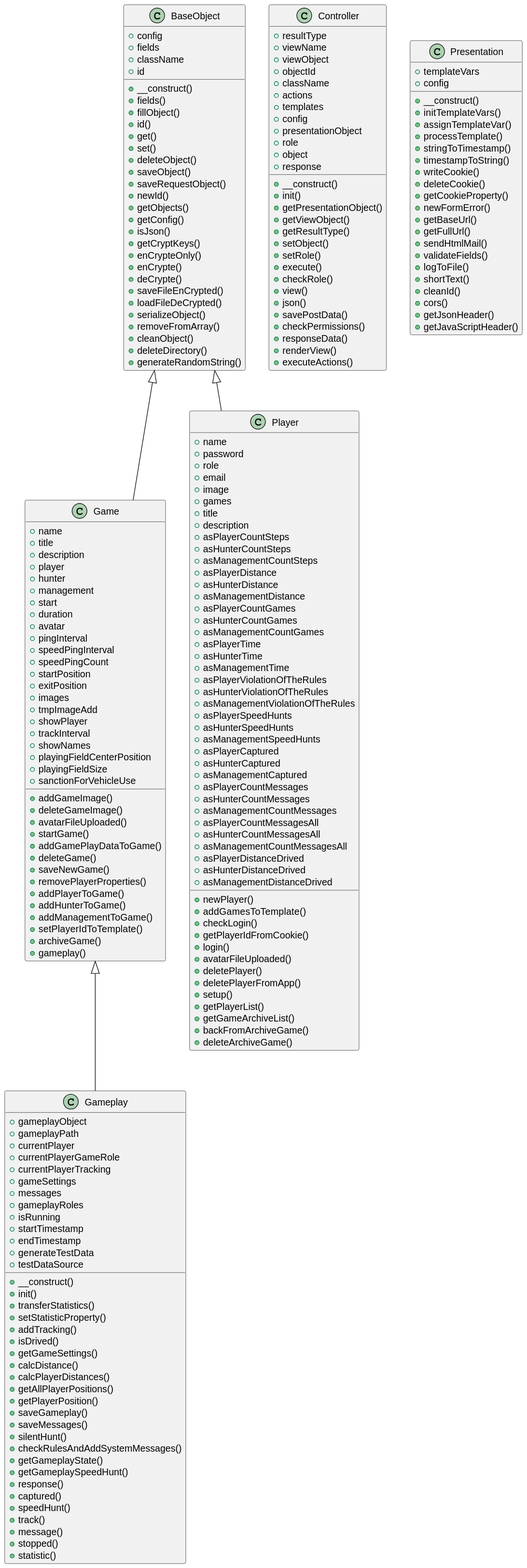
septem-sensu/friendshunt keeps this PlantUML diagram as includes/docs/php/graphs/classes.svg. Above is the earlier version.
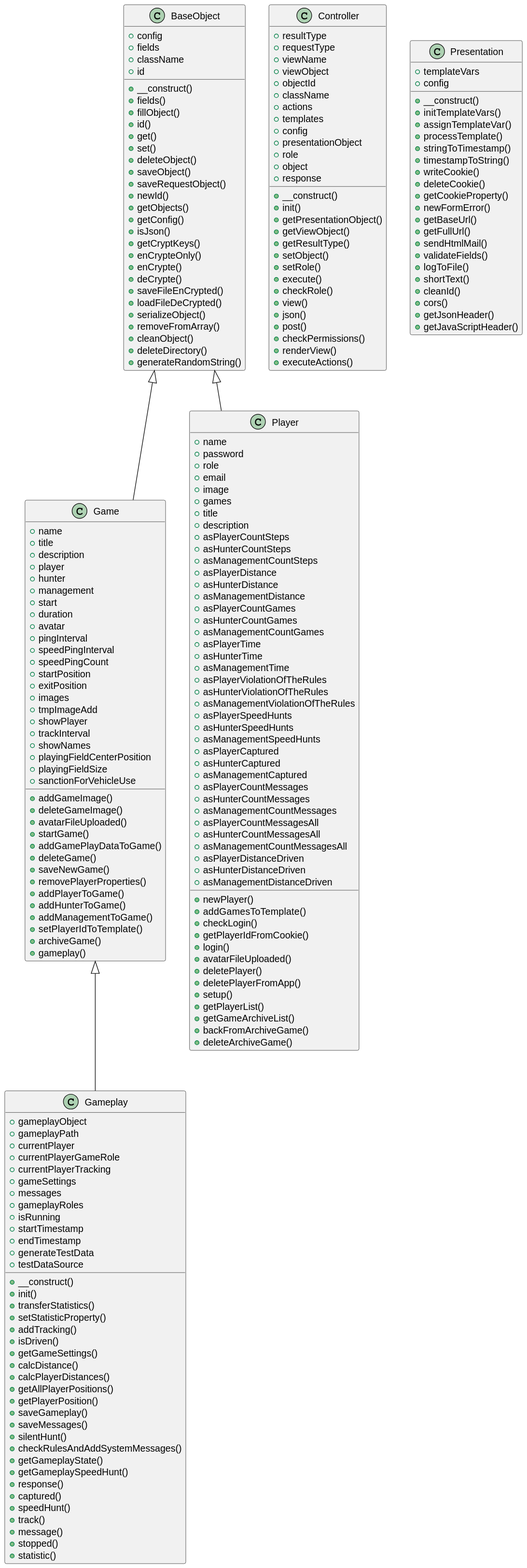
Later version of the same file.

The edit, as a diff of the source:
```diff
@@ -32,6 +32,7 @@
 
 class Controller {
   +resultType
+  +requestType
   +viewName
   +viewObject
   +objectId
@@ -54,9 +55,8 @@
   +checkRole()
   +view()
   +json()
-  +savePostData()
+  +post()
   +checkPermissions()
-  +responseData()
   +renderView()
   +executeActions()
 }
@@ -119,7 +119,7 @@
   +transferStatistics()
   +setStatisticProperty()
   +addTracking()
-  +isDrived()
+  +isDriven()
   +getGameSettings()
   +calcDistance()
   +calcPlayerDistances()
@@ -176,9 +176,9 @@
   +asPlayerCountMessagesAll
   +asHunterCountMessagesAll
   +asManagementCountMessagesAll
-  +asPlayerDistanceDrived
-  +asHunterDistanceDrived
-  +asManagementDistanceDrived
+  +asPlayerDistanceDriven
+  +asHunterDistanceDriven
+  +asManagementDistanceDriven
   +newPlayer()
   +addGamesToTemplate()
   +checkLogin()
```
